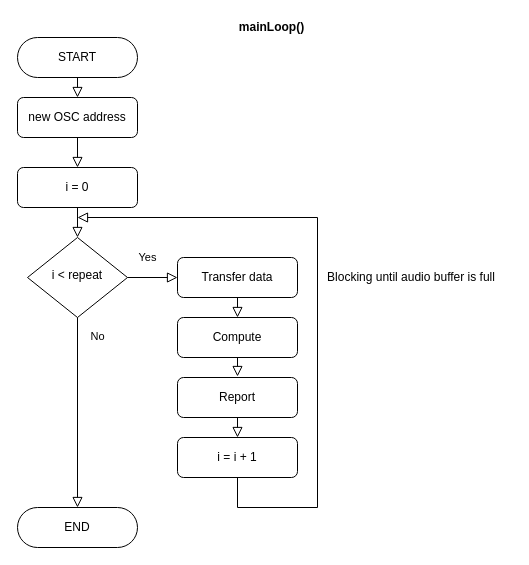
The draw.io diagram page "mainLoop()" (2 of 3) of Audio1/diagram.drawio in spatmus/alps, before the edit. Source tidied: cells renumbered, new cells numbered last; positions are measured from the earlier drawing's top-left corner, leaving out a move shared by most shapes. Both pictures are drawn from the tidied source at 100%, with x=0, y=0 at pixel (17, 17).
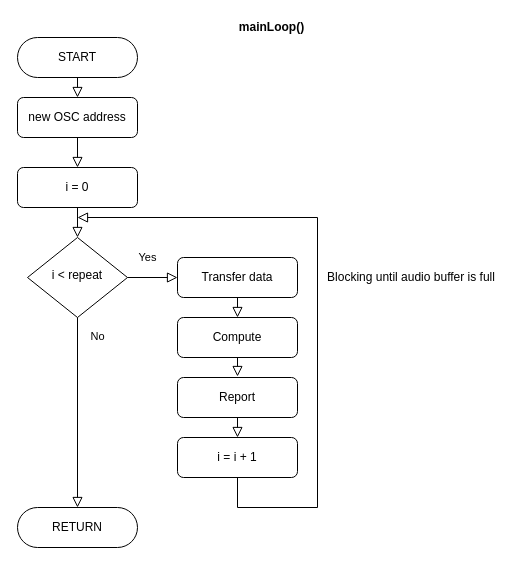
The same diagram, later.

What changed in the source:
```diff
@@
-    <mxCell id="4" value="END" style="rounded=1;whiteSpace=wrap;html=1;fontSize=12;glass=0;strokeWidth=1;shadow=0;arcSize=50;" parent="1" vertex="1">
+    <mxCell id="4" value="RETURN" style="rounded=1;whiteSpace=wrap;html=1;fontSize=12;glass=0;strokeWidth=1;shadow=0;arcSize=50;" parent="1" vertex="1">
       <mxGeometry y="490" width="120" height="40" as="geometry" />
     </mxCell>
```
